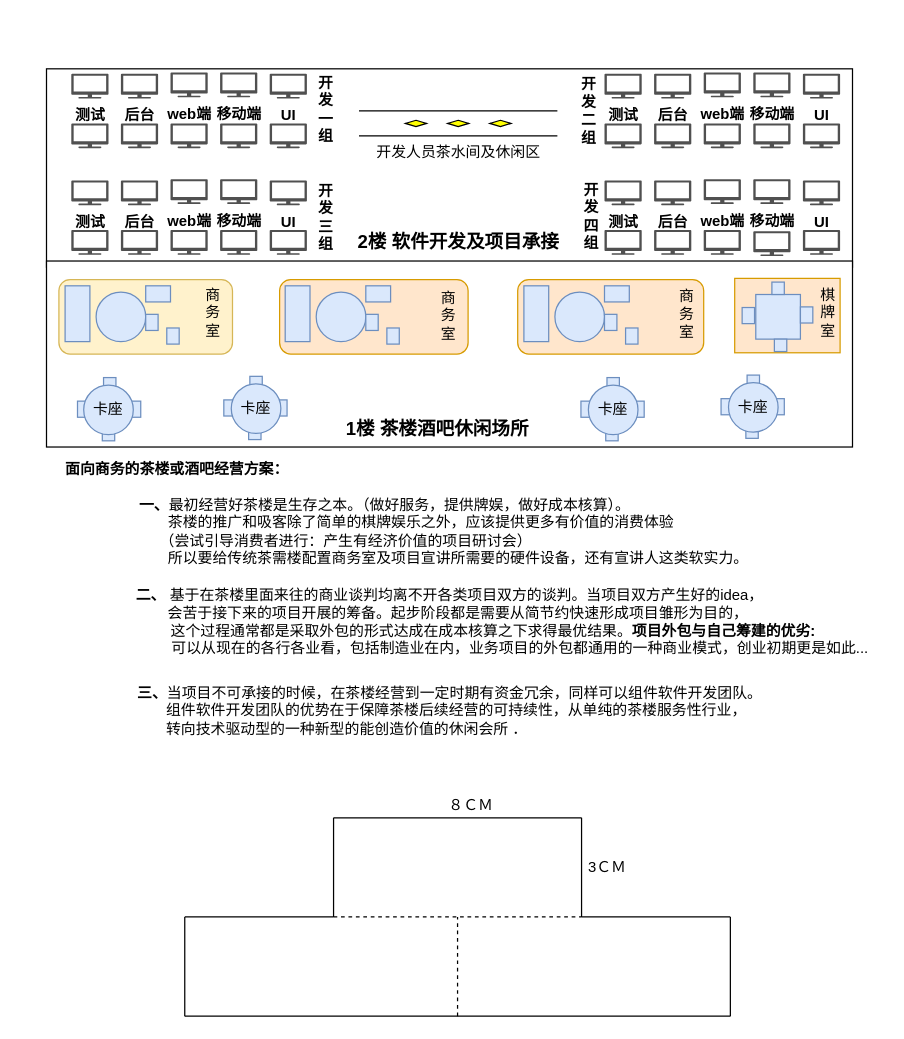
The draw.io diagram 茶楼酒吧休闲场所.drawio in UTOUUCENTER-CD/draw.io, before the edit. Source tidied: cells renumbered, new cells numbered last; positions are measured from the earlier drawing's top-left corner, leaving out a move shared by most shapes. Both pictures are drawn from the tidied source at 124%, with x=0, y=0 at pixel (21, 68).
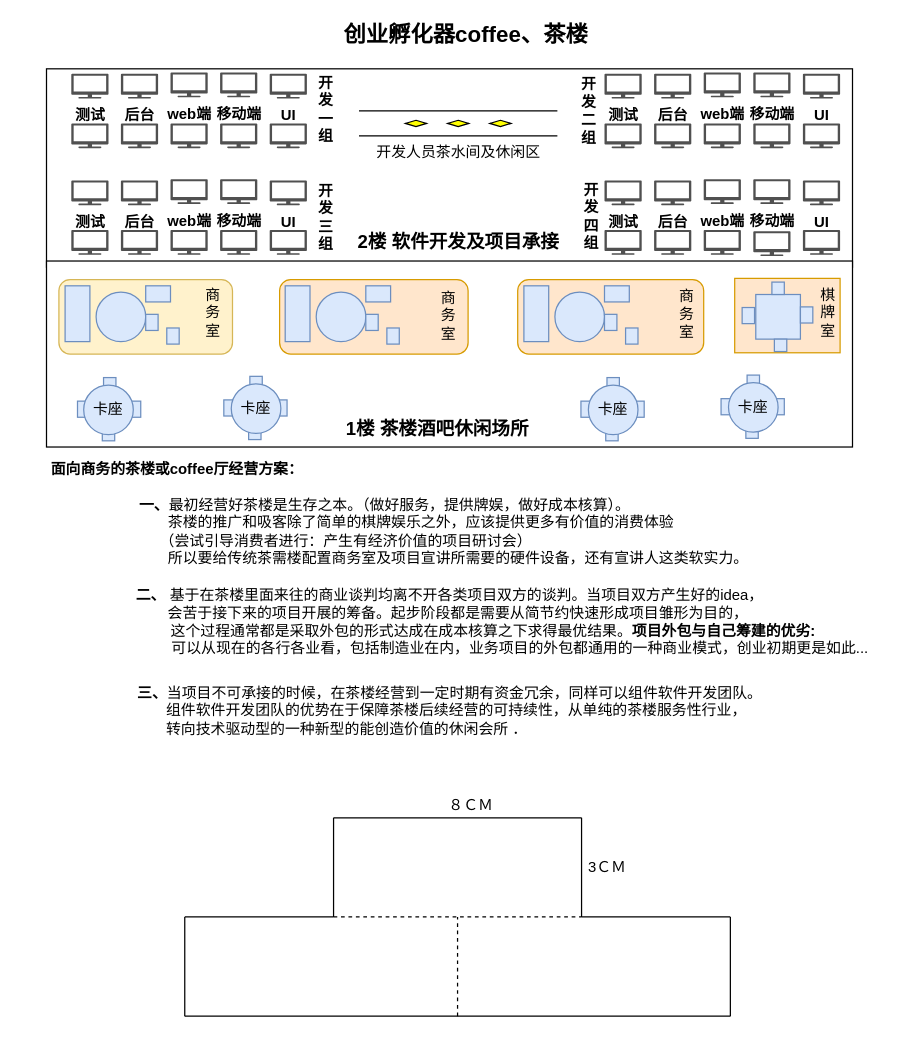
After the change.

Commit message:
Update 茶楼酒吧休闲场所.drawio

Diff of the diagram source:
```diff
@@
-    <mxCell id="3" value="&lt;b&gt;面向商务的茶楼或酒吧经营方案：&lt;/b&gt;" style="text;html=1;align=center;verticalAlign=middle;" parent="1" vertex="1">
-      <mxGeometry x="25" y="313" width="200" height="20" as="geometry" />
+    <mxCell id="3" value="&lt;b&gt;面向商务的茶楼或coffee厅经营方案：&lt;/b&gt;" style="text;html=1;align=center;verticalAlign=middle;" parent="1" vertex="1">
+      <mxGeometry x="15" y="313" width="220" height="20" as="geometry" />
     </mxCell>
@@
+    <mxCell id="117" value="&lt;font style=&quot;vertical-align: inherit ; font-size: 18px&quot;&gt;&lt;b&gt;创业孵化器coffee、茶楼&lt;/b&gt;&lt;/font&gt;" style="text;html=1;align=center;verticalAlign=middle;" parent="1" vertex="1">
+      <mxGeometry x="252.5" y="-37" width="210" height="20" as="geometry" />
+    </mxCell>
```
